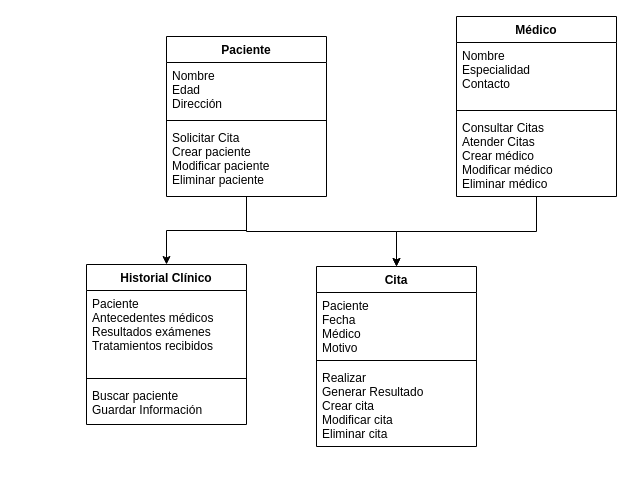
This is page "Clase" (2 of 4) of ProyectoING.Softwarell/CasosdeUso.drawio from ElJason/Draw_Diagramas, a draw.io file, before an edit. Source tidied: cells renumbered, new cells numbered last; positions are measured from the earlier drawing's top-left corner, leaving out a move shared by most shapes. Both pictures are drawn from the tidied source at 100%, with x=0, y=0 at pixel (86, 16).
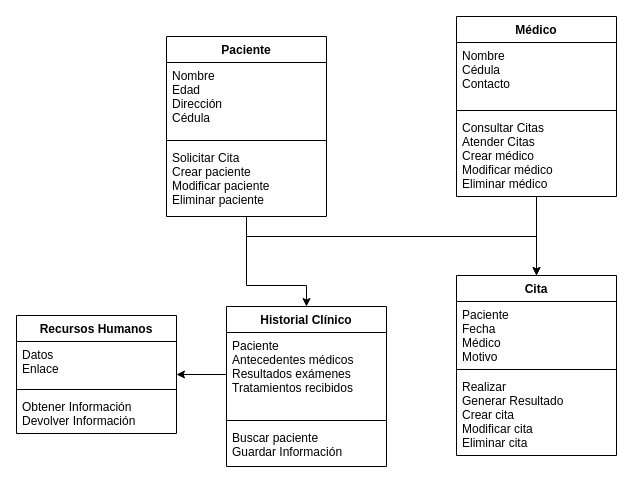
After the change.

Unchanged cells that the change refers to:
```xml
<mxCell id="9" value="Médico" style="swimlane;fontStyle=1;align=center;verticalAlign=top;horizontal=1;startSize=26;" parent="1" vertex="1">
  <mxGeometry x="370" width="160" height="180" as="geometry" />
</mxCell>
<mxCell id="14" value="Paciente&#10;Antecedentes médicos&#10;Resultados exámenes&#10;Tratamientos recibidos" style="text;strokeColor=none;fillColor=none;align=left;verticalAlign=top;spacingLeft=4;spacingRight=4;overflow=hidden;points=[[0,0.5],[1,0.5]];portConstraint=eastwest;" parent="13" vertex="1">
  <mxGeometry y="26" width="160" height="84" as="geometry" />
</mxCell>
```

Change to the diagram source:
```diff
@@
     <mxCell id="2" style="edgeStyle=orthogonalEdgeStyle;rounded=0;jettySize=auto;html=1;entryX=0.5;entryY=0;entryDx=0;entryDy=0;" parent="1" edge="1" source="4" target="17">
-      <mxGeometry relative="1" as="geometry" />
+      <mxGeometry relative="1" as="geometry">
+        <Array as="points">
+          <mxPoint x="160" y="220" />
+          <mxPoint x="450" y="220" />
+        </Array>
+      </mxGeometry>
     </mxCell>
     <mxCell id="3" style="edgeStyle=orthogonalEdgeStyle;rounded=0;jettySize=auto;html=1;entryX=0.5;entryY=0;entryDx=0;entryDy=0;" parent="1" edge="1" source="4" target="13">
-      <mxGeometry relative="1" as="geometry" />
+      <mxGeometry relative="1" as="geometry">
+        <Array as="points">
+          <mxPoint x="160" y="269" />
+          <mxPoint x="220" y="269" />
+        </Array>
+      </mxGeometry>
     </mxCell>
     <mxCell id="4" value="Paciente" style="swimlane;fontStyle=1;align=center;verticalAlign=top;horizontal=1;startSize=26;" parent="1" vertex="1">
-      <mxGeometry x="80" y="20" width="160" height="160" as="geometry" />
+      <mxGeometry x="80" y="20" width="160" height="180" as="geometry" />
     </mxCell>
-    <mxCell id="5" value="Nombre&#10;Edad&#10;Dirección&#10;" style="text;strokeColor=none;fillColor=none;align=left;verticalAlign=top;spacingLeft=4;spacingRight=4;overflow=hidden;" parent="4" vertex="1">
-      <mxGeometry y="26" width="160" height="54" as="geometry" />
+    <mxCell id="5" value="Nombre&#10;Edad&#10;Dirección&#10;Cédula" style="text;strokeColor=none;fillColor=none;align=left;verticalAlign=top;spacingLeft=4;spacingRight=4;overflow=hidden;" parent="4" vertex="1">
+      <mxGeometry y="26" width="160" height="74" as="geometry" />
     </mxCell>
     <mxCell id="6" style="line;strokeWidth=1;fillColor=none;align=left;verticalAlign=middle;spacingTop=-1;spacingLeft=3;spacingRight=3;labelPosition=right;strokeColor=inherit;" parent="4" vertex="1">
-      <mxGeometry y="80" width="160" height="8" as="geometry" />
+      <mxGeometry y="100" width="160" height="8" as="geometry" />
     </mxCell>
     <mxCell id="7" value="Solicitar Cita&#10;Crear paciente&#10;Modificar paciente&#10;Eliminar paciente" style="text;strokeColor=none;fillColor=none;align=left;verticalAlign=top;spacingLeft=4;spacingRight=4;overflow=hidden;" parent="4" vertex="1">
-      <mxGeometry y="88" width="160" height="72" as="geometry" />
+      <mxGeometry y="108" width="160" height="72" as="geometry" />
     </mxCell>
@@
-    <mxCell id="10" value="Nombre&#10;Especialidad&#10;Contacto" style="text;strokeColor=none;fillColor=none;align=left;verticalAlign=top;spacingLeft=4;spacingRight=4;overflow=hidden;" parent="9" vertex="1">
+    <mxCell id="10" value="Nombre&#10;Cédula&#10;Contacto" style="text;strokeColor=none;fillColor=none;align=left;verticalAlign=top;spacingLeft=4;spacingRight=4;overflow=hidden;" parent="9" vertex="1">
       <mxGeometry y="26" width="160" height="64" as="geometry" />
     </mxCell>
@@
     <mxCell id="13" value="Historial Clínico" style="swimlane;fontStyle=1;align=center;verticalAlign=top;horizontal=1;startSize=26;" parent="1" vertex="1">
-      <mxGeometry y="248" width="160" height="160" as="geometry" />
+      <mxGeometry x="140" y="290" width="160" height="160" as="geometry" />
     </mxCell>
@@
     <mxCell id="17" value="Cita" style="swimlane;fontStyle=1;align=center;verticalAlign=top;horizontal=1;startSize=26;" parent="1" vertex="1">
-      <mxGeometry x="230" y="250" width="160" height="180" as="geometry" />
+      <mxGeometry x="370" y="259" width="160" height="180" as="geometry" />
     </mxCell>
@@
+    <mxCell id="21" value="Recursos Humanos" style="swimlane;fontStyle=1;align=center;verticalAlign=top;horizontal=1;startSize=26;" parent="1" vertex="1">
+      <mxGeometry x="-70" y="299" width="160" height="118" as="geometry" />
+    </mxCell>
+    <mxCell id="22" value="Datos&#10;Enlace" style="text;strokeColor=none;fillColor=none;align=left;verticalAlign=top;spacingLeft=4;spacingRight=4;overflow=hidden;" parent="21" vertex="1">
+      <mxGeometry y="26" width="160" height="44" as="geometry" />
+    </mxCell>
+    <mxCell id="23" style="line;strokeWidth=1;fillColor=none;align=left;verticalAlign=middle;spacingTop=-1;spacingLeft=3;spacingRight=3;labelPosition=right;strokeColor=inherit;" parent="21" vertex="1">
+      <mxGeometry y="70" width="160" height="8" as="geometry" />
+    </mxCell>
+    <mxCell id="24" value="Obtener Información&#10;Devolver Información" style="text;strokeColor=none;fillColor=none;align=left;verticalAlign=top;spacingLeft=4;spacingRight=4;overflow=hidden;" parent="21" vertex="1">
+      <mxGeometry y="78" width="160" height="40" as="geometry" />
+    </mxCell>
+    <mxCell id="25" style="edgeStyle=orthogonalEdgeStyle;rounded=0;jettySize=auto;html=1;exitX=0;exitY=0.5;exitDx=0;exitDy=0;entryX=1;entryY=0.5;entryDx=0;entryDy=0;" parent="1" edge="1" source="14" target="21">
+      <mxGeometry relative="1" as="geometry" />
+    </mxCell>
```
